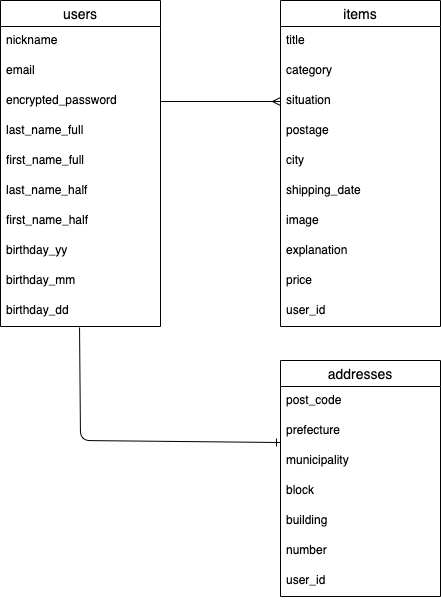
The draw.io diagram furima.drawio.png in syotamiho/furima-36975, before a commit. Source tidied: cells renumbered, new cells last; positions are measured from the earlier drawing's top-left corner, leaving out a move shared by most shapes.
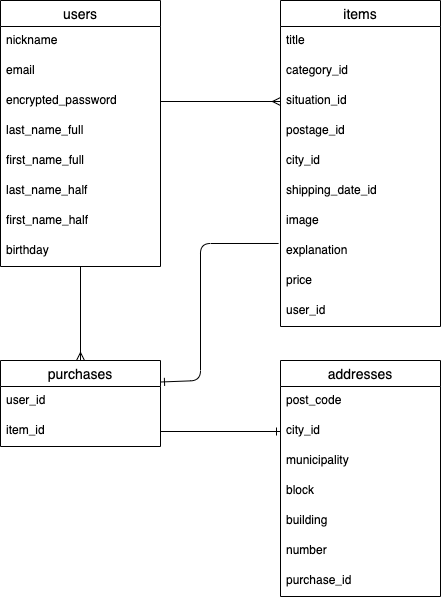
Later version of the same file.

Commit message:
データベースの設計　修正1

What changed in the source:
```diff
@@ -2,8 +2,11 @@
   <root>
     <mxCell id="0" />
     <mxCell id="1" parent="0" />
+    <mxCell id="35" style="edgeStyle=none;html=1;entryX=0.5;entryY=0;entryDx=0;entryDy=0;endArrow=ERmany;endFill=0;" parent="1" edge="1" source="2" target="12">
+      <mxGeometry relative="1" as="geometry" />
+    </mxCell>
     <mxCell id="2" value="users" style="swimlane;fontStyle=0;horizontal=1;startSize=26;align=center;fontSize=14;" parent="1" vertex="1">
-      <mxGeometry width="160" height="326" as="geometry" />
+      <mxGeometry width="160" height="266" as="geometry" />
     </mxCell>
     <mxCell id="3" value="nickname" style="text;strokeColor=none;fillColor=none;spacingLeft=4;spacingRight=4;overflow=hidden;fontSize=12;" parent="2" vertex="1">
       <mxGeometry y="26" width="160" height="30" as="geometry" />
@@ -26,15 +29,9 @@
     <mxCell id="9" style="text;strokeColor=none;fillColor=none;spacingLeft=4;spacingRight=4;overflow=hidden;fontSize=12;" parent="2" vertex="1">
       <mxGeometry y="206" width="160" height="30" as="geometry" />
     </mxCell>
-    <mxCell id="10" value="birthday_yy" style="text;strokeColor=none;fillColor=none;spacingLeft=4;spacingRight=4;overflow=hidden;fontSize=12;" parent="2" vertex="1">
+    <mxCell id="10" value="birthday" style="text;strokeColor=none;fillColor=none;spacingLeft=4;spacingRight=4;overflow=hidden;fontSize=12;" parent="2" vertex="1">
       <mxGeometry y="236" width="160" height="30" as="geometry" />
     </mxCell>
-    <mxCell id="11" value="birthday_mm" style="text;strokeColor=none;fillColor=none;spacingLeft=4;spacingRight=4;overflow=hidden;fontSize=12;" parent="2" vertex="1">
-      <mxGeometry y="266" width="160" height="30" as="geometry" />
-    </mxCell>
-    <mxCell id="12" value="birthday_dd" style="text;strokeColor=none;fillColor=none;spacingLeft=4;spacingRight=4;overflow=hidden;points=[[0,0.5],[1,0.5]];portConstraint=eastwest;fontSize=12;" parent="2" vertex="1">
-      <mxGeometry y="296" width="160" height="30" as="geometry" />
-    </mxCell>
     <mxCell id="13" value="first_name_half" style="text;strokeColor=none;fillColor=none;spacingLeft=4;spacingRight=4;overflow=hidden;fontSize=12;" parent="1" vertex="1">
       <mxGeometry y="206" width="160" height="30" as="geometry" />
     </mxCell>
@@ -44,19 +41,19 @@
     <mxCell id="15" value="title" style="text;strokeColor=none;fillColor=none;spacingLeft=4;spacingRight=4;overflow=hidden;fontSize=12;" parent="14" vertex="1">
       <mxGeometry y="26" width="160" height="30" as="geometry" />
     </mxCell>
-    <mxCell id="16" value="category" style="text;strokeColor=none;fillColor=none;spacingLeft=4;spacingRight=4;overflow=hidden;fontSize=12;" parent="14" vertex="1">
+    <mxCell id="16" value="category_id" style="text;strokeColor=none;fillColor=none;spacingLeft=4;spacingRight=4;overflow=hidden;fontSize=12;" parent="14" vertex="1">
       <mxGeometry y="56" width="160" height="30" as="geometry" />
     </mxCell>
-    <mxCell id="17" value="situation" style="text;strokeColor=none;fillColor=none;spacingLeft=4;spacingRight=4;overflow=hidden;points=[[0,0.5],[1,0.5]];portConstraint=eastwest;fontSize=12;" parent="14" vertex="1">
+    <mxCell id="17" value="situation_id" style="text;strokeColor=none;fillColor=none;spacingLeft=4;spacingRight=4;overflow=hidden;points=[[0,0.5],[1,0.5]];portConstraint=eastwest;fontSize=12;" parent="14" vertex="1">
       <mxGeometry y="86" width="160" height="30" as="geometry" />
     </mxCell>
-    <mxCell id="18" value="postage" style="text;strokeColor=none;fillColor=none;spacingLeft=4;spacingRight=4;overflow=hidden;fontSize=12;" parent="14" vertex="1">
+    <mxCell id="18" value="postage_id" style="text;strokeColor=none;fillColor=none;spacingLeft=4;spacingRight=4;overflow=hidden;fontSize=12;" parent="14" vertex="1">
       <mxGeometry y="116" width="160" height="30" as="geometry" />
     </mxCell>
-    <mxCell id="19" value="city" style="text;strokeColor=none;fillColor=none;spacingLeft=4;spacingRight=4;overflow=hidden;fontSize=12;" parent="14" vertex="1">
+    <mxCell id="19" value="city_id" style="text;strokeColor=none;fillColor=none;spacingLeft=4;spacingRight=4;overflow=hidden;fontSize=12;" parent="14" vertex="1">
       <mxGeometry y="146" width="160" height="30" as="geometry" />
     </mxCell>
-    <mxCell id="20" value="shipping_date" style="text;strokeColor=none;fillColor=none;spacingLeft=4;spacingRight=4;overflow=hidden;fontSize=12;" parent="14" vertex="1">
+    <mxCell id="20" value="shipping_date_id" style="text;strokeColor=none;fillColor=none;spacingLeft=4;spacingRight=4;overflow=hidden;fontSize=12;" parent="14" vertex="1">
       <mxGeometry y="176" width="160" height="30" as="geometry" />
     </mxCell>
     <mxCell id="21" value="image" style="text;strokeColor=none;fillColor=none;spacingLeft=4;spacingRight=4;overflow=hidden;fontSize=12;" parent="14" vertex="1">
@@ -80,7 +77,7 @@
     <mxCell id="27" value="post_code" style="text;strokeColor=none;fillColor=none;spacingLeft=4;spacingRight=4;overflow=hidden;fontSize=12;" parent="26" vertex="1">
       <mxGeometry y="26" width="160" height="30" as="geometry" />
     </mxCell>
-    <mxCell id="28" value="prefecture" style="text;strokeColor=none;fillColor=none;spacingLeft=4;spacingRight=4;overflow=hidden;points=[[0,0.5],[1,0.5]];portConstraint=eastwest;fontSize=12;" parent="26" vertex="1">
+    <mxCell id="28" value="city_id" style="text;strokeColor=none;fillColor=none;spacingLeft=4;spacingRight=4;overflow=hidden;points=[[0,0.5],[1,0.5]];portConstraint=eastwest;fontSize=12;" parent="26" vertex="1">
       <mxGeometry y="56" width="160" height="30" as="geometry" />
     </mxCell>
     <mxCell id="29" value="municipality" style="text;strokeColor=none;fillColor=none;spacingLeft=4;spacingRight=4;overflow=hidden;fontSize=12;" parent="26" vertex="1">
@@ -95,15 +92,28 @@
     <mxCell id="32" value="number" style="text;strokeColor=none;fillColor=none;spacingLeft=4;spacingRight=4;overflow=hidden;fontSize=12;" parent="26" vertex="1">
       <mxGeometry y="176" width="160" height="30" as="geometry" />
     </mxCell>
+    <mxCell id="36" value="purchase_id" style="text;strokeColor=none;fillColor=none;spacingLeft=4;spacingRight=4;overflow=hidden;fontSize=12;" parent="26" vertex="1">
+      <mxGeometry y="206" width="160" height="30" as="geometry" />
+    </mxCell>
+    <mxCell id="37" style="edgeStyle=none;html=1;endArrow=ERone;endFill=0;entryX=0;entryY=0.5;entryDx=0;entryDy=0;exitX=1;exitY=0.5;exitDx=0;exitDy=0;" parent="1" edge="1" source="38" target="28">
+      <mxGeometry relative="1" as="geometry" />
+    </mxCell>
+    <mxCell id="12" value="purchases" style="swimlane;fontStyle=0;horizontal=1;startSize=26;align=center;fontSize=14;" parent="1" vertex="1">
+      <mxGeometry y="360" width="160" height="86" as="geometry" />
+    </mxCell>
-    <mxCell id="33" value="user_id" style="text;strokeColor=none;fillColor=none;spacingLeft=4;spacingRight=4;overflow=hidden;fontSize=12;" parent="26" vertex="1">
-      <mxGeometry y="206" width="160" height="30" as="geometry" />
+    <mxCell id="33" value="user_id" style="text;strokeColor=none;fillColor=none;spacingLeft=4;spacingRight=4;overflow=hidden;fontSize=12;" parent="12" vertex="1">
+      <mxGeometry y="26" width="160" height="30" as="geometry" />
     </mxCell>
-    <mxCell id="34" style="edgeStyle=none;html=1;endArrow=ERone;endFill=0;entryX=0;entryY=0.867;entryDx=0;entryDy=0;entryPerimeter=0;exitX=0.494;exitY=1.033;exitDx=0;exitDy=0;exitPerimeter=0;" parent="1" edge="1" source="12" target="28">
-      <mxGeometry relative="1" as="geometry">
-        <Array as="points">
-          <mxPoint x="80" y="440" />
-        </Array>
-      </mxGeometry>
-    </mxCell>
+    <mxCell id="38" value="item_id" style="text;strokeColor=none;fillColor=none;spacingLeft=4;spacingRight=4;overflow=hidden;points=[[0,0.5],[1,0.5]];portConstraint=eastwest;fontSize=12;" parent="12" vertex="1">
+      <mxGeometry y="56" width="160" height="30" as="geometry" />
+    </mxCell>
+    <mxCell id="39" style="edgeStyle=none;html=1;endArrow=ERone;endFill=0;exitX=-0.012;exitY=0.233;exitDx=0;exitDy=0;exitPerimeter=0;entryX=1;entryY=0.25;entryDx=0;entryDy=0;" parent="1" edge="1" source="22" target="12">
+      <mxGeometry relative="1" as="geometry">
+        <Array as="points">
+          <mxPoint x="200" y="243" />
+          <mxPoint x="200" y="380" />
+        </Array>
+      </mxGeometry>
+    </mxCell>
   </root>
 </mxGraphModel>
```
